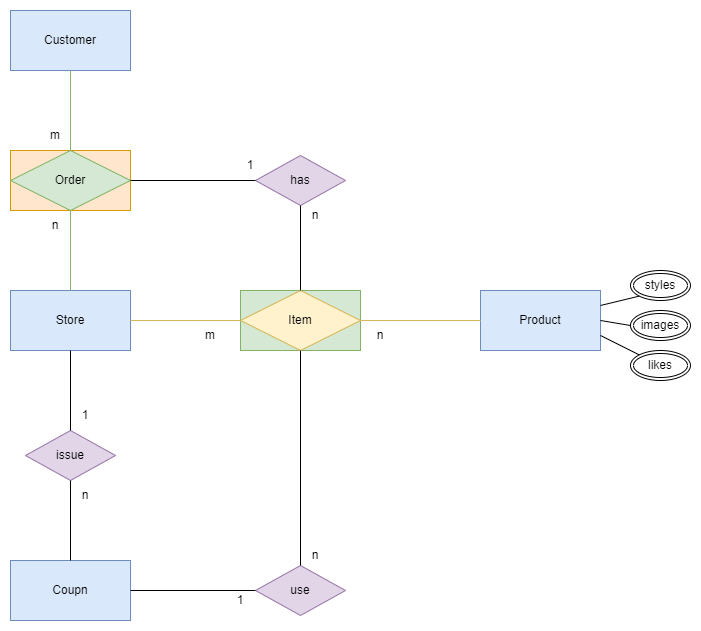
This is doc/model.png from mirror520/rs, a draw.io export, as it was before one commit. Source tidied: cells renumbered, new cells last; positions are measured from the earlier drawing's top-left corner, leaving out a move shared by most shapes.
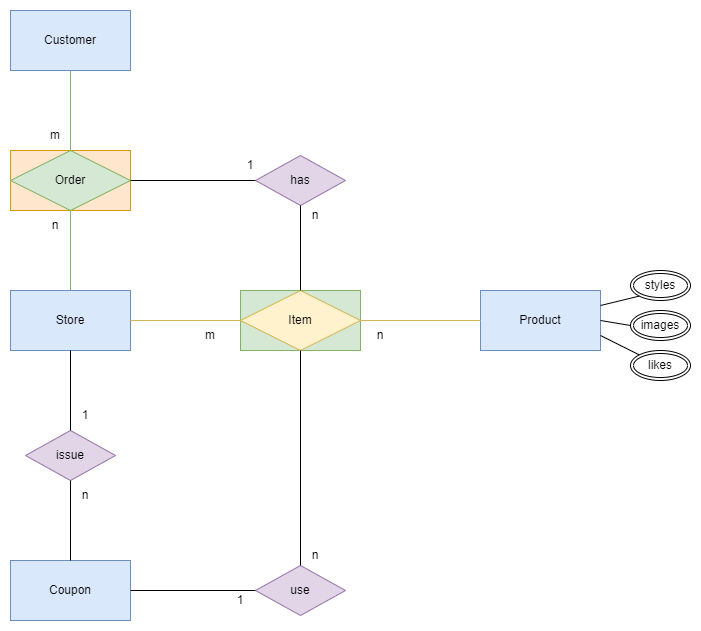
The same diagram one commit later.

What changed in the source:
```diff
@@ -29,7 +29,7 @@
     <mxCell id="10" value="m" style="text;html=1;strokeColor=none;fillColor=none;align=center;verticalAlign=middle;whiteSpace=wrap;rounded=0;" parent="1" vertex="1">
       <mxGeometry x="170" y="310" width="60" height="30" as="geometry" />
     </mxCell>
-    <mxCell id="11" value="Coupn" style="rounded=0;whiteSpace=wrap;html=1;fillColor=#dae8fc;strokeColor=#6c8ebf;" parent="1" vertex="1">
+    <mxCell id="11" value="Coupon" style="rounded=0;whiteSpace=wrap;html=1;fillColor=#dae8fc;strokeColor=#6c8ebf;" parent="1" vertex="1">
       <mxGeometry y="550" width="120" height="60" as="geometry" />
     </mxCell>
     <mxCell id="12" value="issue" style="rhombus;whiteSpace=wrap;html=1;fillColor=#e1d5e7;strokeColor=#9673a6;" parent="1" vertex="1">
```
